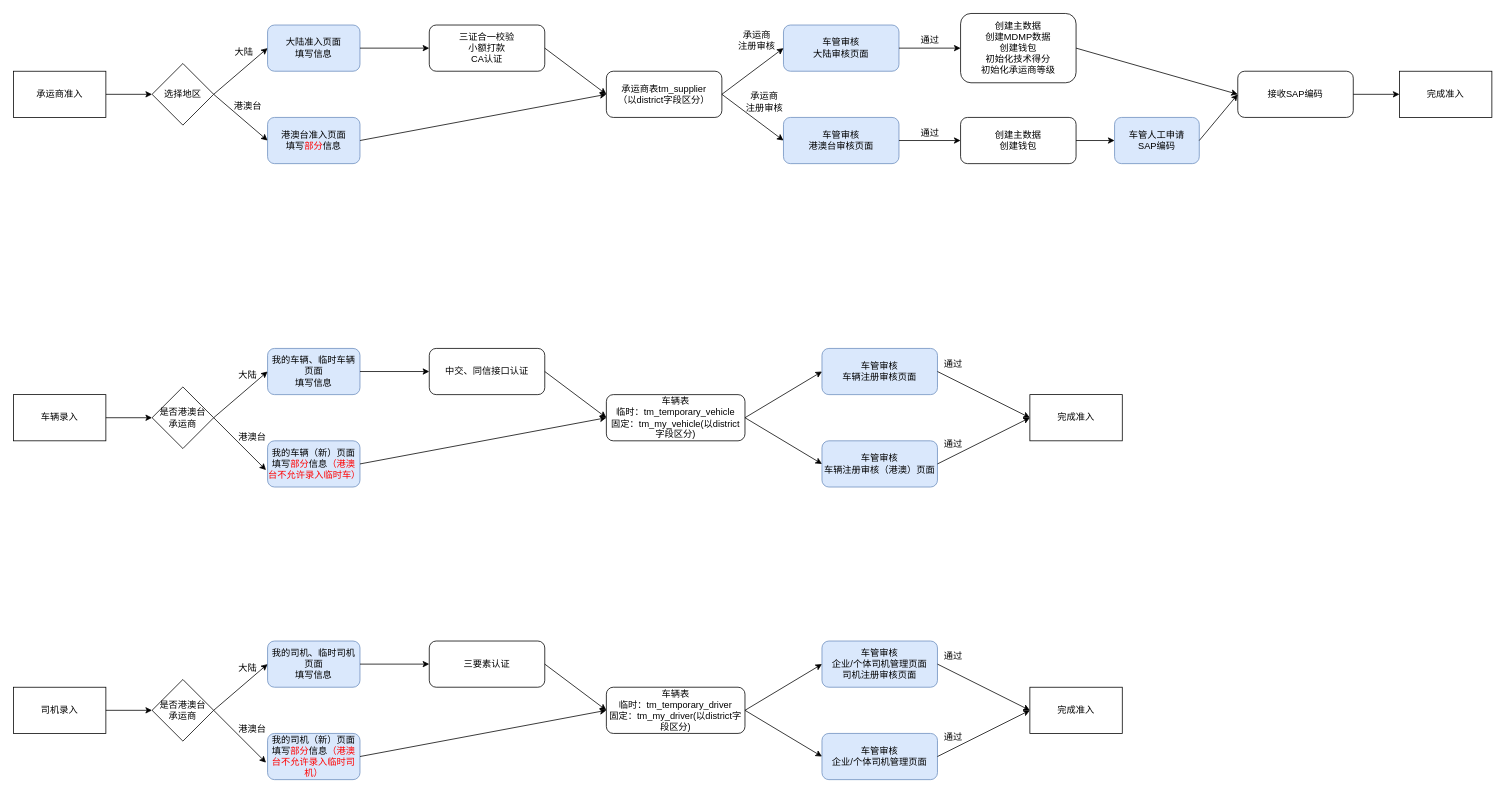
This is 未命名绘图.drawio from fengpan0403/bak1, a draw.io file, before an edit. Source tidied: cells renumbered, new cells numbered last; positions are measured from the earlier drawing's top-left corner, leaving out a move shared by most shapes. Both pictures are drawn from the tidied source at 77%, with x=0, y=0 at pixel (13, 13).
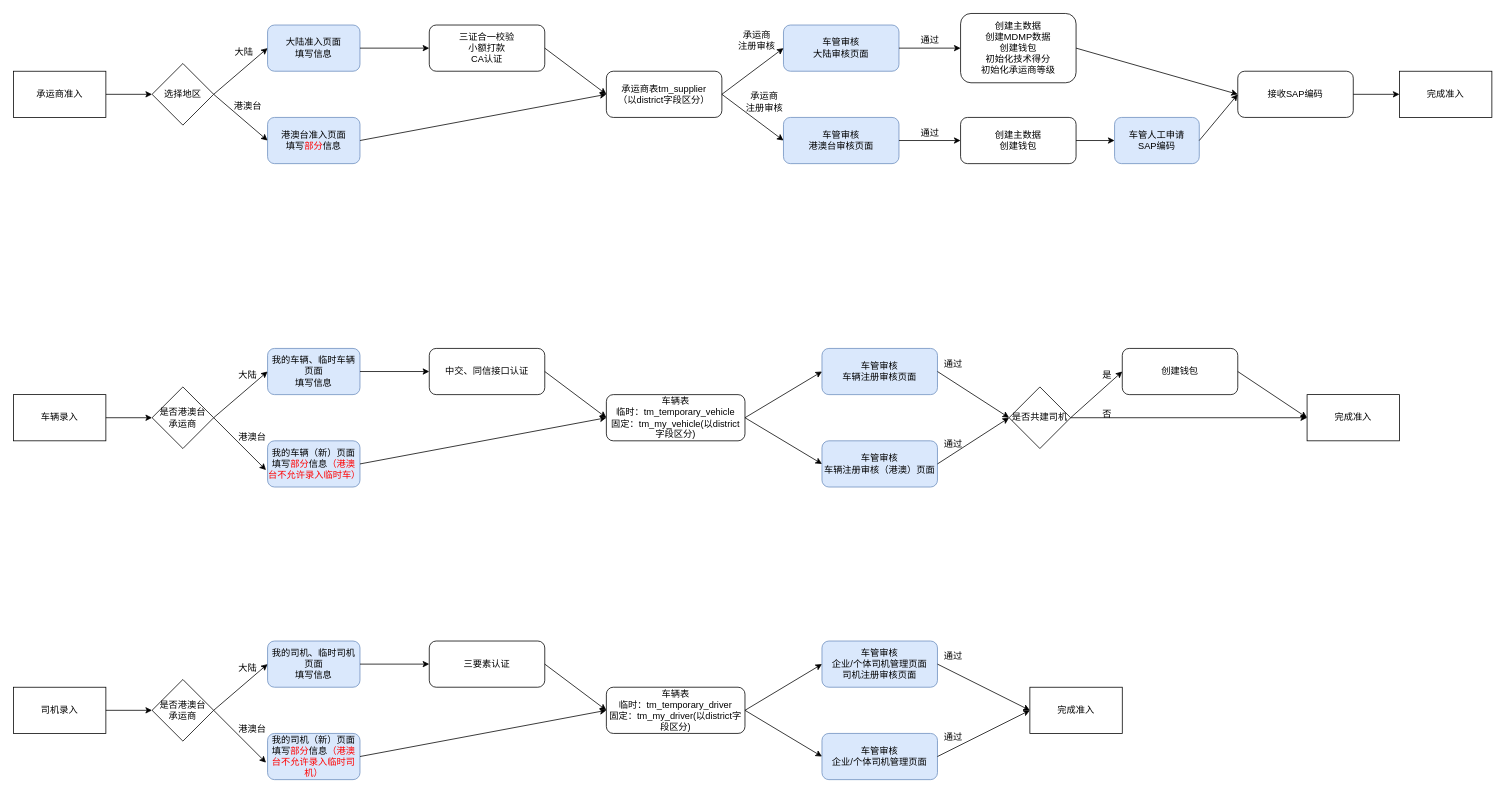
Above is the later version.

Commit message:
更新未命名绘图.drawio

Unchanged cells that the change refers to:
```xml
<mxCell id="49" value="车管审核&lt;br&gt;车辆注册审核页面" style="rounded=1;whiteSpace=wrap;html=1;fillColor=#dae8fc;strokeColor=#6c8ebf;" parent="1" vertex="1">
  <mxGeometry x="1050" y="435" width="150" height="60" as="geometry" />
</mxCell>
<mxCell id="50" value="车管审核&lt;br&gt;车辆注册审核（港澳）页面" style="rounded=1;whiteSpace=wrap;html=1;fillColor=#dae8fc;strokeColor=#6c8ebf;" parent="1" vertex="1">
  <mxGeometry x="1050" y="555" width="150" height="60" as="geometry" />
</mxCell>
```

The edit, as a diff of the source:
```diff
@@
     <mxCell id="53" value="完成准入" style="rounded=0;whiteSpace=wrap;html=1;" parent="1" vertex="1">
-      <mxGeometry x="1320" y="495" width="120" height="60" as="geometry" />
+      <mxGeometry x="1680" y="495" width="120" height="60" as="geometry" />
     </mxCell>
-    <mxCell id="54" style="endArrow=classic;html=1;rounded=0;exitX=1;exitY=0.5;exitDx=0;exitDy=0;entryX=0;entryY=0.5;entryDx=0;entryDy=0;" parent="1" edge="1" source="49" target="53">
+    <mxCell id="54" style="endArrow=classic;html=1;rounded=0;exitX=1;exitY=0.5;exitDx=0;exitDy=0;entryX=0;entryY=0.5;entryDx=0;entryDy=0;" parent="1" edge="1" source="49" target="81">
       <mxGeometry relative="1" as="geometry" />
     </mxCell>
-    <mxCell id="55" style="endArrow=classic;html=1;rounded=0;exitX=1;exitY=0.5;exitDx=0;exitDy=0;entryX=0;entryY=0.5;entryDx=0;entryDy=0;" parent="1" edge="1" source="50" target="53">
+    <mxCell id="55" style="endArrow=classic;html=1;rounded=0;exitX=1;exitY=0.5;exitDx=0;exitDy=0;entryX=0;entryY=0.5;entryDx=0;entryDy=0;" parent="1" edge="1" source="50" target="81">
       <mxGeometry relative="1" as="geometry" />
     </mxCell>
@@
+    <mxCell id="81" value="是否共建司机" style="rhombus;whiteSpace=wrap;html=1;" parent="1" vertex="1">
+      <mxGeometry x="1293" y="485" width="80" height="80" as="geometry" />
+    </mxCell>
+    <mxCell id="82" value="创建钱包" style="rounded=1;whiteSpace=wrap;html=1;" parent="1" vertex="1">
+      <mxGeometry x="1440" y="435" width="150" height="60" as="geometry" />
+    </mxCell>
+    <mxCell id="83" style="endArrow=classic;html=1;rounded=0;exitX=1;exitY=0.5;exitDx=0;exitDy=0;entryX=0;entryY=0.5;entryDx=0;entryDy=0;" parent="1" edge="1" source="81" target="82">
+      <mxGeometry relative="1" as="geometry" />
+    </mxCell>
+    <mxCell id="84" style="endArrow=classic;html=1;rounded=0;exitX=1;exitY=0.5;exitDx=0;exitDy=0;entryX=0;entryY=0.5;entryDx=0;entryDy=0;" parent="1" edge="1" source="81" target="53">
+      <mxGeometry relative="1" as="geometry" />
+    </mxCell>
+    <mxCell id="85" style="endArrow=classic;html=1;rounded=0;exitX=1;exitY=0.5;exitDx=0;exitDy=0;entryX=0;entryY=0.5;entryDx=0;entryDy=0;" parent="1" edge="1" source="82" target="53">
+      <mxGeometry relative="1" as="geometry" />
+    </mxCell>
+    <mxCell id="86" value="是" style="text;html=1;align=center;verticalAlign=middle;strokeColor=none;fillColor=none;" parent="1" vertex="1">
+      <mxGeometry x="1400" y="455" width="40" height="30" as="geometry" />
+    </mxCell>
+    <mxCell id="87" value="否" style="text;html=1;align=center;verticalAlign=middle;strokeColor=none;fillColor=none;" parent="1" vertex="1">
+      <mxGeometry x="1400" y="505" width="40" height="30" as="geometry" />
+    </mxCell>
```
